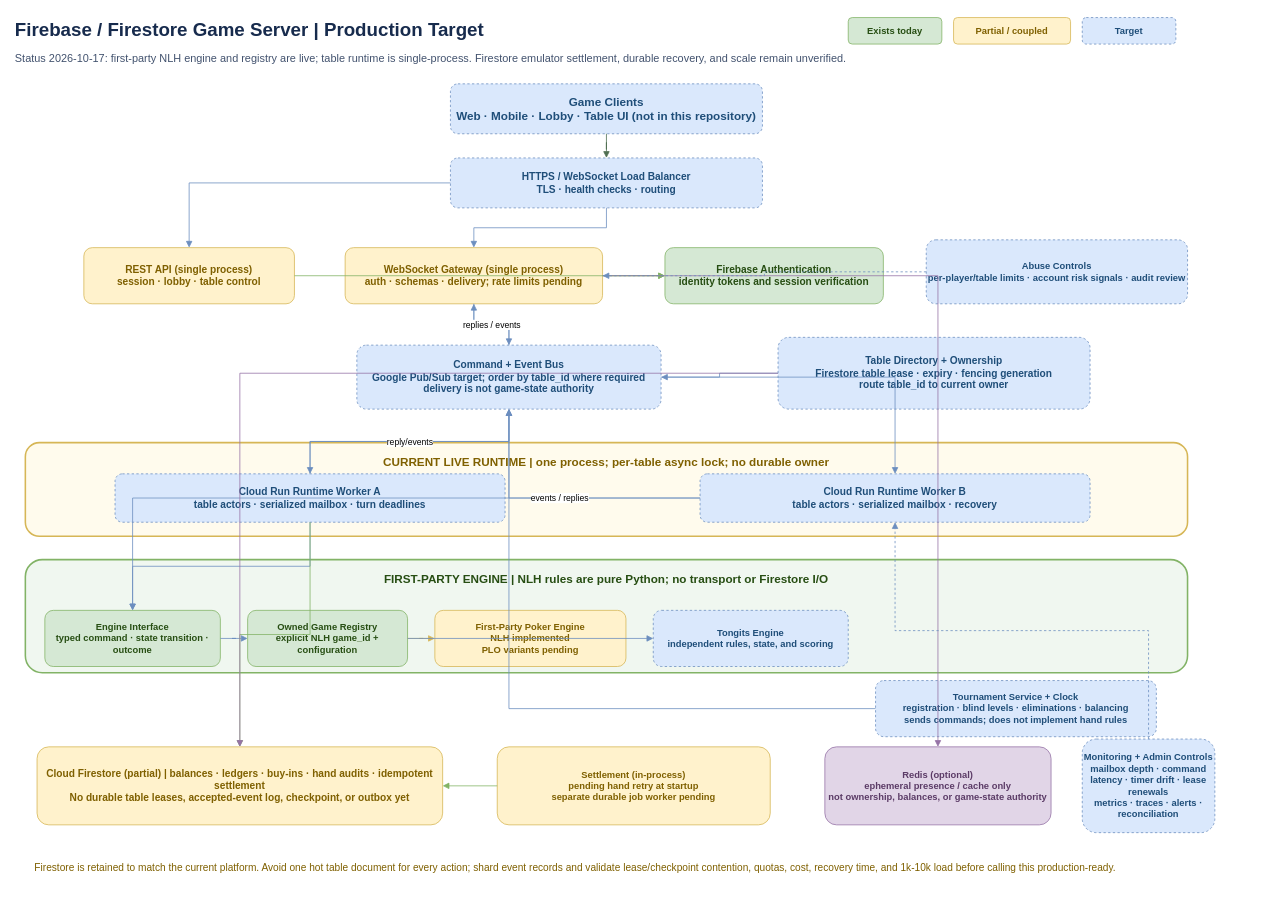
The draw.io diagram page "Firebase Production Target" (1 of 2) of GAME_SERVER_FIREBASE_ARCHITECTURE.drawio in jaspervborcena/cowboysphpokerbackend, before the edit. Source tidied: cells renumbered, new cells numbered last; positions are measured from the earlier drawing's top-left corner, leaving out a move shared by most shapes. Both pictures are drawn from the tidied source at 78%, with x=0, y=0 at pixel (13, 13).
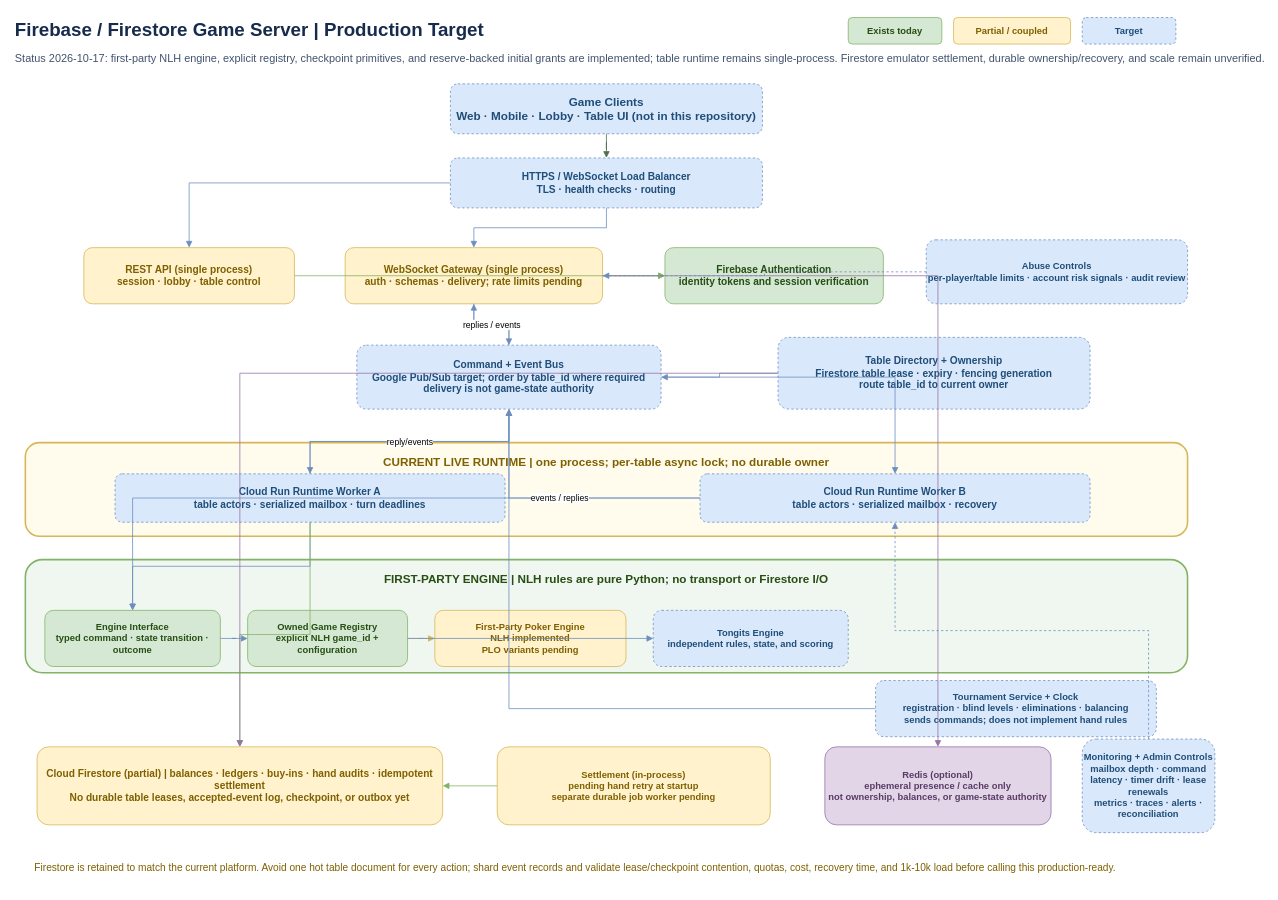
The same diagram, later.

Commit message (it also covers changes not shown here):
Add multi-table worker coordinator and ownership runtime safety

What changed in the source:
```diff
@@
-    <mxCell id="3" value="Status 2026-10-17: first-party NLH engine and registry are live; table runtime is single-process. Firestore emulator settlement, durable recovery, and scale remain unverified." style="text;html=1;align=left;verticalAlign=middle;fontSize=14;fontColor=#42526E;" parent="1" vertex="1">
+    <mxCell id="3" value="Status 2026-10-17: first-party NLH engine, explicit registry, checkpoint primitives, and reserve-backed initial grants are implemented; table runtime remains single-process. Firestore emulator settlement, durable ownership/recovery, and scale remain unverified." style="text;html=1;align=left;verticalAlign=middle;fontSize=14;fontColor=#42526E;" parent="1" vertex="1">
       <mxGeometry y="42" width="1220" height="30" as="geometry" />
     </mxCell>
```
